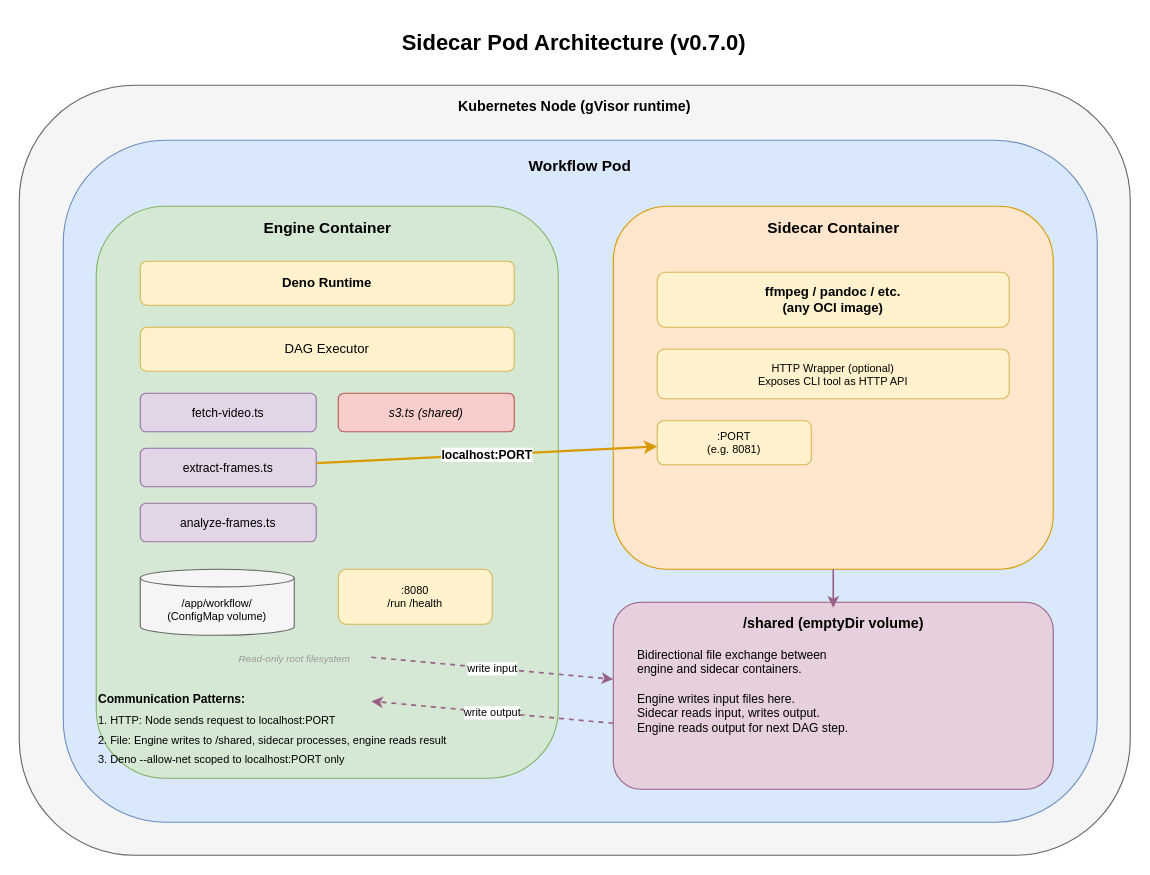
randybias/tentacular-docs keeps this draw.io diagram as public/diagrams/sidecar-pod-architecture.drawio. Above is the earlier version. Source tidied: cells renumbered, new cells numbered last; positions are measured from the earlier drawing's top-left corner, leaving out a move shared by most shapes. Both pictures are drawn from the tidied source at 110%, with x=0, y=0 at pixel (19, 19).
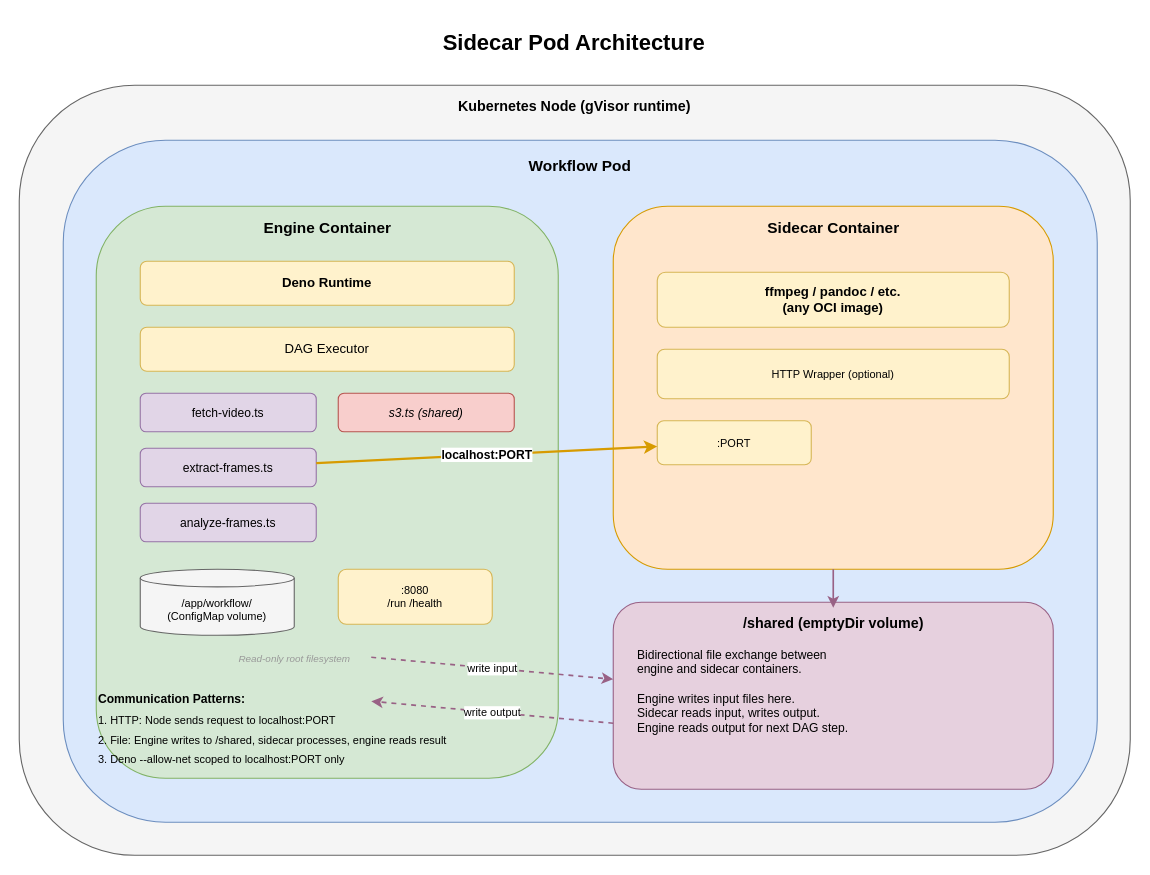
The same page after the edit.

What changed in the source:
```diff
@@
-    <mxCell id="2" value="Sidecar Pod Architecture (v0.7.0)" style="text;html=1;fontSize=20;fontStyle=1;align=center;verticalAlign=middle;" parent="1" vertex="1">
+    <mxCell id="2" value="Sidecar Pod Architecture" style="text;html=1;fontSize=20;fontStyle=1;align=center;verticalAlign=middle;" parent="1" vertex="1">
       <mxGeometry x="254" width="500" height="40" as="geometry" />
     </mxCell>
@@
-    <mxCell id="19" value="HTTP Wrapper (optional)&#10;Exposes CLI tool as HTTP API" style="rounded=1;whiteSpace=wrap;html=1;fillColor=#fff2cc;strokeColor=#d6b656;fontSize=10;" parent="1" vertex="1">
+    <mxCell id="19" value="HTTP Wrapper (optional)" style="rounded=1;whiteSpace=wrap;html=1;fillColor=#fff2cc;strokeColor=#d6b656;fontSize=10;" parent="1" vertex="1">
       <mxGeometry x="580" y="300" width="320" height="45" as="geometry" />
     </mxCell>
-    <mxCell id="20" value=":PORT&#10;(e.g. 8081)" style="rounded=1;whiteSpace=wrap;html=1;fillColor=#fff2cc;strokeColor=#d6b656;fontSize=10;" parent="1" vertex="1">
+    <mxCell id="20" value=":PORT" style="rounded=1;whiteSpace=wrap;html=1;fillColor=#fff2cc;strokeColor=#d6b656;fontSize=10;" parent="1" vertex="1">
       <mxGeometry x="580" y="365" width="140" height="40" as="geometry" />
     </mxCell>
```
